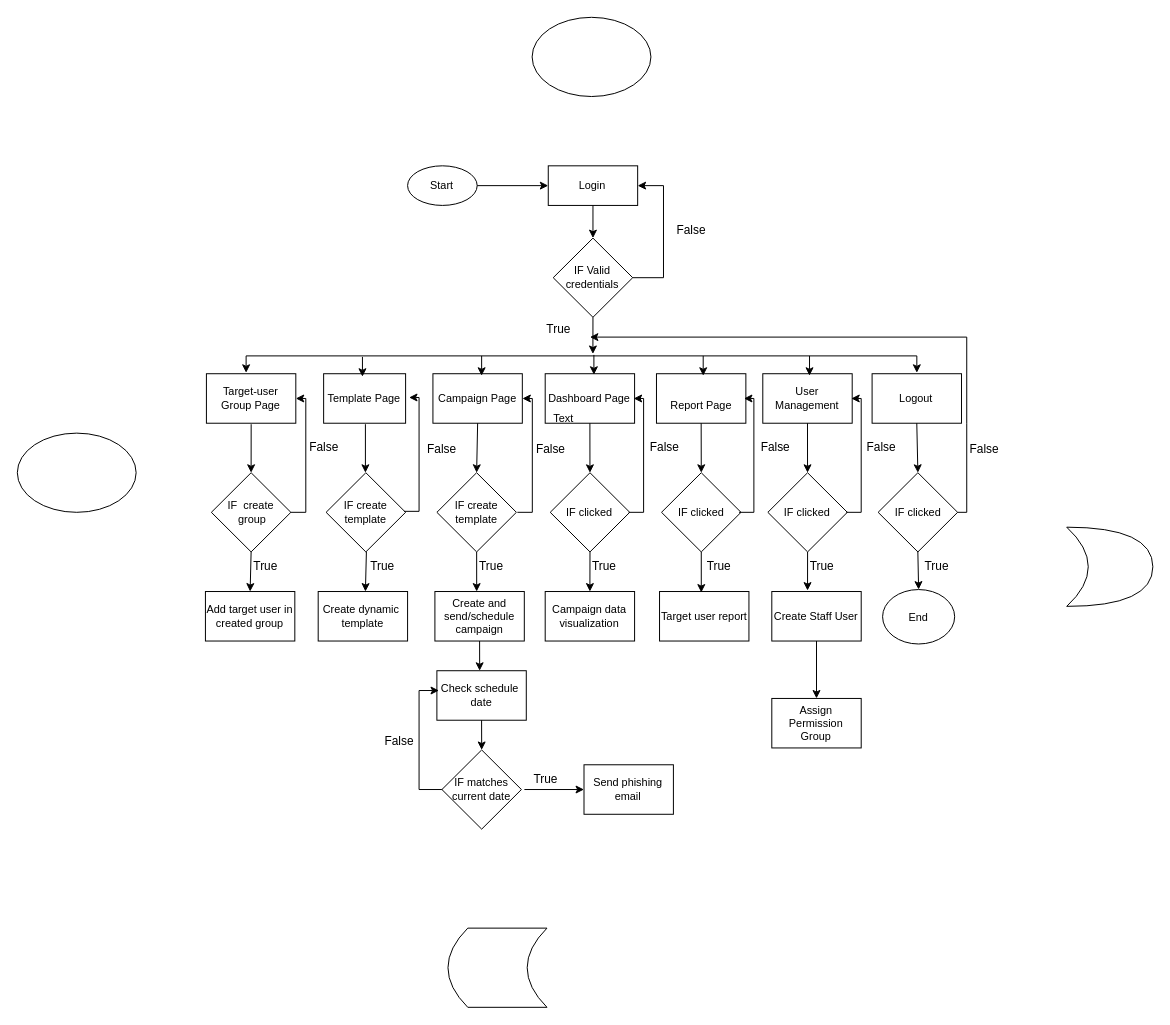
This is Untitled Diagram.drawio from jonamadk/DrawIO, a draw.io file, before an edit. Source tidied: cells renumbered, new cells numbered last; positions are measured from the earlier drawing's top-left corner, leaving out a move shared by most shapes. Both pictures are drawn from the tidied source at 99%, with x=0, y=0 at pixel (17, 17).
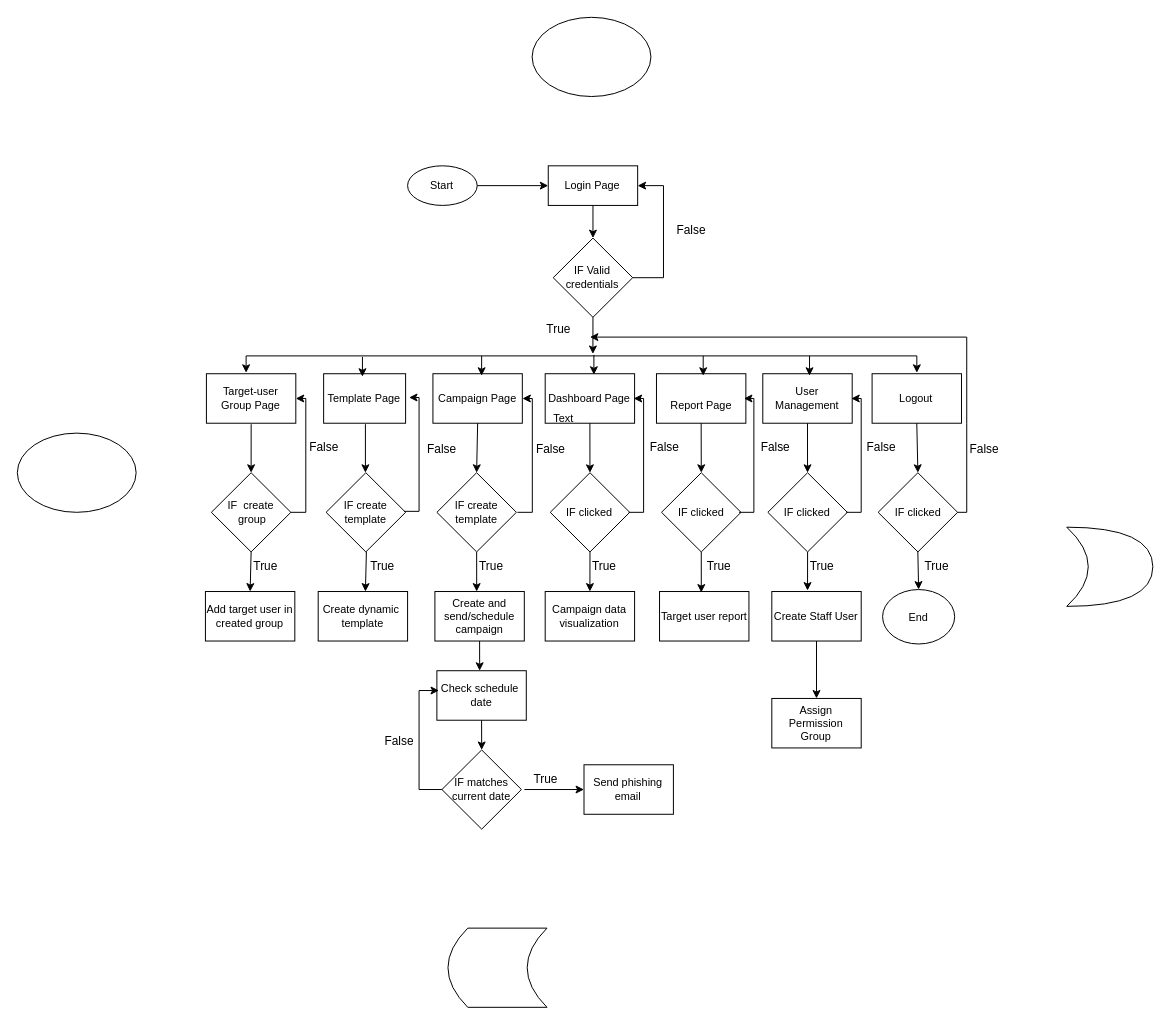
The same diagram, later.

The change refers to these unchanged cells:
```xml
<mxCell id="2" style="group;" parent="1" vertex="1">
  <mxGeometry x="190" y="150" width="877" height="670" as="geometry" />
</mxCell>
```

Diff of the diagram source:
```diff
@@
-    <mxCell id="5" value="Login" style="rounded=0;whiteSpace=wrap;html=1;fontSize=11;strokeWidth=1;" parent="2" vertex="1">
+    <mxCell id="5" value="Login Page" style="rounded=0;whiteSpace=wrap;html=1;fontSize=11;strokeWidth=1;" parent="2" vertex="1">
       <mxGeometry x="346.3" width="90.3" height="40" as="geometry" />
     </mxCell>
```
